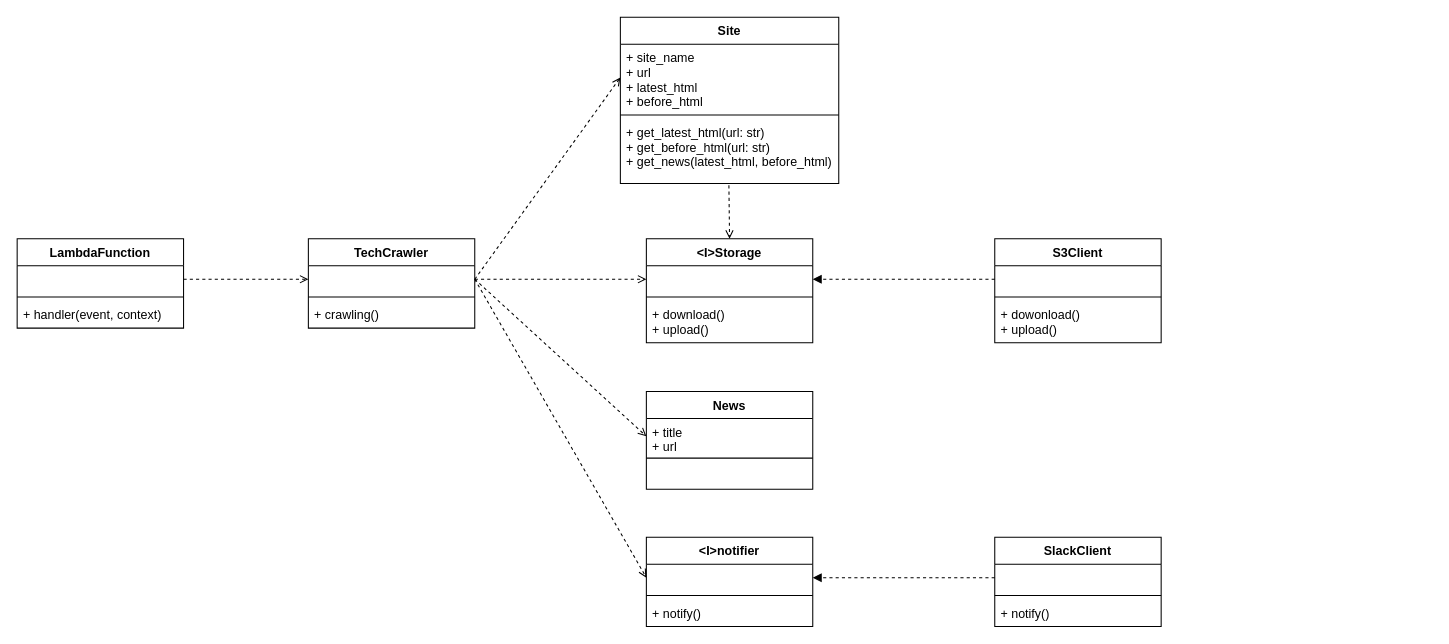
Above: docs/class_diagram.dio in diagonal-m/tech-crawler (draw.io), before the change. Source tidied: cells renumbered, new cells numbered last; positions are measured from the earlier drawing's top-left corner, leaving out a move shared by most shapes. Both pictures are drawn from the tidied source at 104%, with x=0, y=0 at pixel (17, 17).
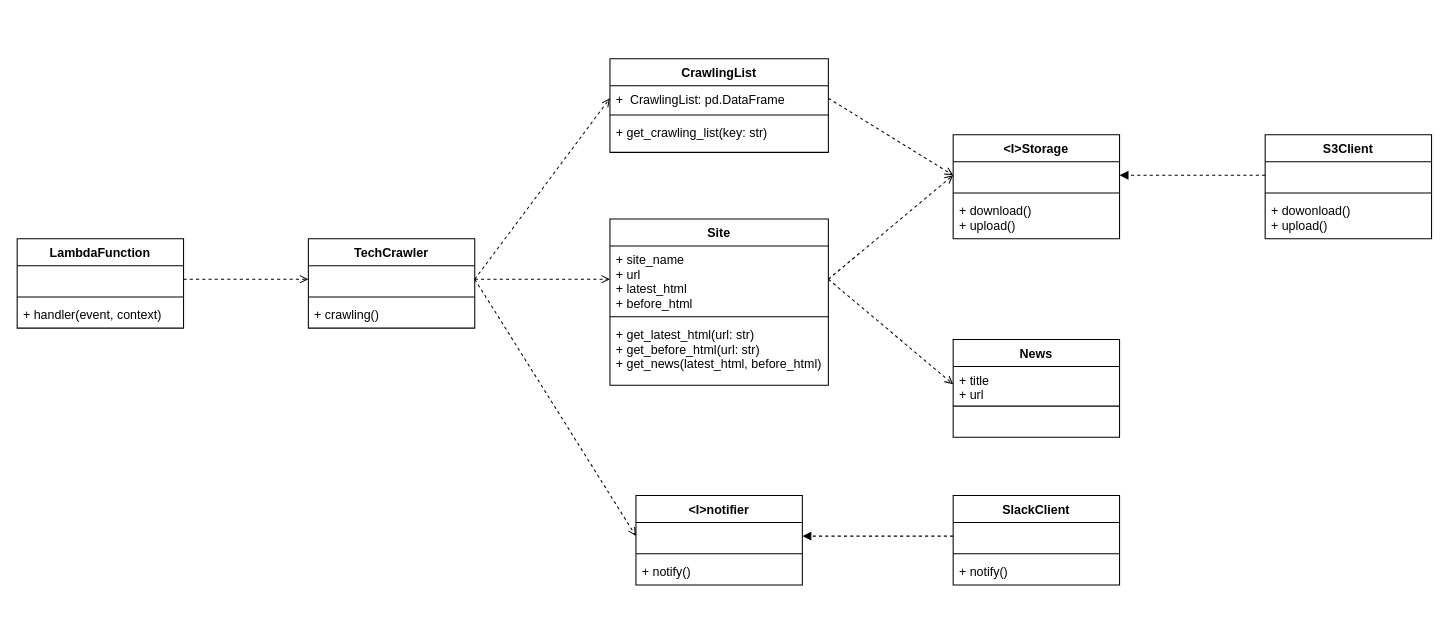
After the change.

The change refers to these unchanged cells:
```xml
<mxCell id="3" value="　" style="text;strokeColor=none;fillColor=none;align=left;verticalAlign=top;spacingLeft=4;spacingRight=4;overflow=hidden;points=[[0,0.5],[1,0.5]];portConstraint=eastwest;" parent="2" vertex="1">
  <mxGeometry y="26" width="160" height="26" as="geometry" />
</mxCell>
<mxCell id="15" value="+ site_name&#10;+ url&#10;+ latest_html&#10;+ before_html" style="text;strokeColor=none;fillColor=none;align=left;verticalAlign=top;spacingLeft=4;spacingRight=4;overflow=hidden;points=[[0,0.5],[1,0.5]];portConstraint=eastwest;" parent="14" vertex="1">
  <mxGeometry y="26" width="210" height="64" as="geometry" />
</mxCell>
<mxCell id="17" value="+ get_latest_html(url: str)&#10;+ get_before_html(url: str)&#10;+ get_news(latest_html, before_html)" style="text;strokeColor=none;fillColor=none;align=left;verticalAlign=top;spacingLeft=4;spacingRight=4;overflow=hidden;points=[[0,0.5],[1,0.5]];portConstraint=eastwest;" parent="14" vertex="1">
  <mxGeometry y="98" width="210" height="62" as="geometry" />
</mxCell>
<mxCell id="19" value="　" style="text;strokeColor=none;fillColor=none;align=left;verticalAlign=top;spacingLeft=4;spacingRight=4;overflow=hidden;points=[[0,0.5],[1,0.5]];portConstraint=eastwest;" parent="18" vertex="1">
  <mxGeometry y="26" width="160" height="26" as="geometry" />
</mxCell>
<mxCell id="27" value="+ title&#10;+ url　" style="text;strokeColor=none;fillColor=none;align=left;verticalAlign=top;spacingLeft=4;spacingRight=4;overflow=hidden;points=[[0,0.5],[1,0.5]];portConstraint=eastwest;" parent="26" vertex="1">
  <mxGeometry y="26" width="160" height="34" as="geometry" />
</mxCell>
```

What changed in the source:
```diff
@@
     <mxCell id="6" value="S3Client" style="swimlane;fontStyle=1;align=center;verticalAlign=top;horizontal=1;startSize=26;" parent="1" vertex="1">
-      <mxGeometry x="940" y="213" width="160" height="100" as="geometry" />
+      <mxGeometry x="1200" y="113" width="160" height="100" as="geometry" />
     </mxCell>
@@
     <mxCell id="10" value="SlackClient" style="swimlane;fontStyle=1;align=center;verticalAlign=top;horizontal=1;startSize=26;" parent="1" vertex="1">
-      <mxGeometry x="940" y="500" width="160" height="86" as="geometry" />
+      <mxGeometry x="900" y="460" width="160" height="86" as="geometry" />
     </mxCell>
@@
     <mxCell id="14" value="Site" style="swimlane;fontStyle=1;align=center;verticalAlign=top;horizontal=1;startSize=26;" parent="1" vertex="1">
-      <mxGeometry x="580" width="210" height="160" as="geometry" />
+      <mxGeometry x="570" y="194" width="210" height="160" as="geometry" />
     </mxCell>
@@
     <mxCell id="18" value="&lt;I&gt;Storage" style="swimlane;fontStyle=1;align=center;verticalAlign=top;horizontal=1;startSize=26;" parent="1" vertex="1">
-      <mxGeometry x="605" y="213" width="160" height="100" as="geometry" />
+      <mxGeometry x="900" y="113" width="160" height="100" as="geometry" />
     </mxCell>
@@
     <mxCell id="22" value="&lt;I&gt;notifier" style="swimlane;fontStyle=1;align=center;verticalAlign=top;horizontal=1;startSize=26;" parent="1" vertex="1">
-      <mxGeometry x="605" y="500" width="160" height="86" as="geometry" />
+      <mxGeometry x="595" y="460" width="160" height="86" as="geometry" />
     </mxCell>
@@
     <mxCell id="26" value="News" style="swimlane;fontStyle=1;align=center;verticalAlign=top;horizontal=1;startSize=26;" parent="1" vertex="1">
-      <mxGeometry x="605" y="360" width="160" height="94" as="geometry" />
+      <mxGeometry x="900" y="310" width="160" height="94" as="geometry" />
     </mxCell>
@@
-    <mxCell id="34" style="html=1;verticalAlign=bottom;labelBackgroundColor=none;endArrow=open;endFill=0;dashed=1;shadow=0;exitX=1;exitY=0.5;exitDx=0;exitDy=0;entryX=0;entryY=0.5;entryDx=0;entryDy=0;" parent="1" edge="1" source="3" target="27">
+    <mxCell id="34" style="html=1;verticalAlign=bottom;labelBackgroundColor=none;endArrow=open;endFill=0;dashed=1;shadow=0;exitX=1;exitY=0.5;exitDx=0;exitDy=0;entryX=0;entryY=0.5;entryDx=0;entryDy=0;" parent="1" edge="1" source="15" target="27">
       <mxGeometry relative="1" as="geometry" />
     </mxCell>
-    <mxCell id="35" style="html=1;verticalAlign=bottom;labelBackgroundColor=none;endArrow=open;endFill=0;dashed=1;shadow=0;entryX=0.5;entryY=0;entryDx=0;entryDy=0;exitX=0.497;exitY=1.027;exitDx=0;exitDy=0;exitPerimeter=0;" parent="1" edge="1" source="17" target="18">
-      <mxGeometry relative="1" as="geometry" />
-    </mxCell>
@@
-    <mxCell id="41" style="html=1;verticalAlign=bottom;labelBackgroundColor=none;endArrow=open;endFill=0;dashed=1;shadow=0;entryX=0;entryY=0.5;entryDx=0;entryDy=0;exitX=1;exitY=0.5;exitDx=0;exitDy=0;" parent="1" edge="1" source="3" target="19">
-      <mxGeometry relative="1" as="geometry" />
+    <mxCell id="41" value="CrawlingList" style="swimlane;fontStyle=1;align=center;verticalAlign=top;horizontal=1;startSize=26;" parent="1" vertex="1">
+      <mxGeometry x="570" y="40" width="210" height="90" as="geometry" />
     </mxCell>
+    <mxCell id="42" value="+  CrawlingList: pd.DataFrame" style="text;strokeColor=none;fillColor=none;align=left;verticalAlign=top;spacingLeft=4;spacingRight=4;overflow=hidden;points=[[0,0.5],[1,0.5]];portConstraint=eastwest;" parent="41" vertex="1">
+      <mxGeometry y="26" width="210" height="24" as="geometry" />
+    </mxCell>
+    <mxCell id="43" style="line;strokeWidth=1;fillColor=none;align=left;verticalAlign=middle;spacingTop=-1;spacingLeft=3;spacingRight=3;labelPosition=right;strokeColor=inherit;" parent="41" vertex="1">
+      <mxGeometry y="50" width="210" height="8" as="geometry" />
+    </mxCell>
+    <mxCell id="44" value="+ get_crawling_list(key: str)" style="text;strokeColor=none;fillColor=none;align=left;verticalAlign=top;spacingLeft=4;spacingRight=4;overflow=hidden;" parent="41" vertex="1">
+      <mxGeometry y="58" width="210" height="32" as="geometry" />
+    </mxCell>
+    <mxCell id="45" style="html=1;verticalAlign=bottom;labelBackgroundColor=none;endArrow=open;endFill=0;dashed=1;shadow=0;exitX=1;exitY=0.5;exitDx=0;exitDy=0;entryX=0;entryY=0.5;entryDx=0;entryDy=0;" parent="1" edge="1" source="3" target="42">
+      <mxGeometry relative="1" as="geometry" />
+    </mxCell>
+    <mxCell id="46" style="html=1;verticalAlign=bottom;labelBackgroundColor=none;endArrow=open;endFill=0;dashed=1;shadow=0;exitX=1;exitY=0.5;exitDx=0;exitDy=0;entryX=0;entryY=0.5;entryDx=0;entryDy=0;" parent="1" edge="1" source="42" target="19">
+      <mxGeometry relative="1" as="geometry" />
+    </mxCell>
+    <mxCell id="47" style="html=1;verticalAlign=bottom;labelBackgroundColor=none;endArrow=open;endFill=0;dashed=1;shadow=0;exitX=1;exitY=0.5;exitDx=0;exitDy=0;entryX=0;entryY=0.5;entryDx=0;entryDy=0;" parent="1" edge="1" source="15" target="19">
+      <mxGeometry relative="1" as="geometry" />
+    </mxCell>
```
